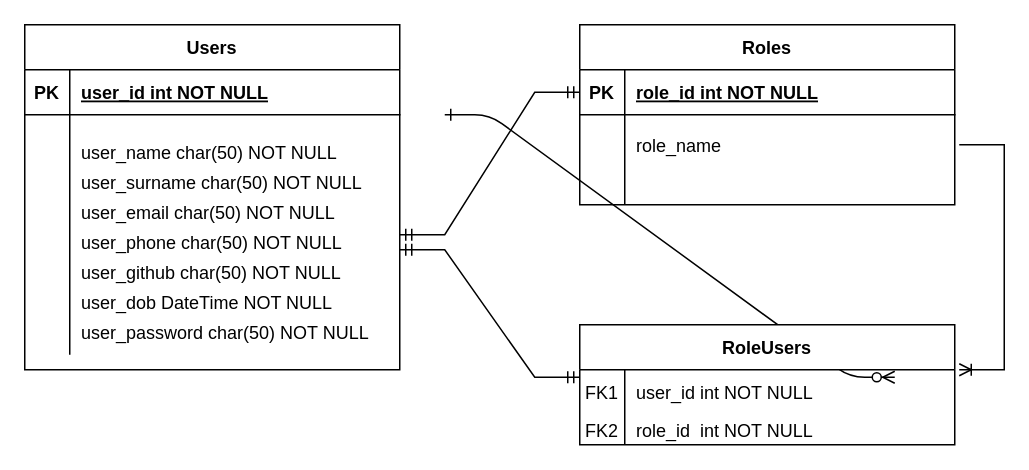
Earlier version of the draw.io diagram Untitled Diagram.drawio (Geek-Active-learning/Active-Learning-Project). Source tidied: cells renumbered, new cells numbered last; positions are measured from the earlier drawing's top-left corner, leaving out a move shared by most shapes. Both pictures are drawn from the tidied source at 150%, with x=0, y=0 at pixel (24, 24).
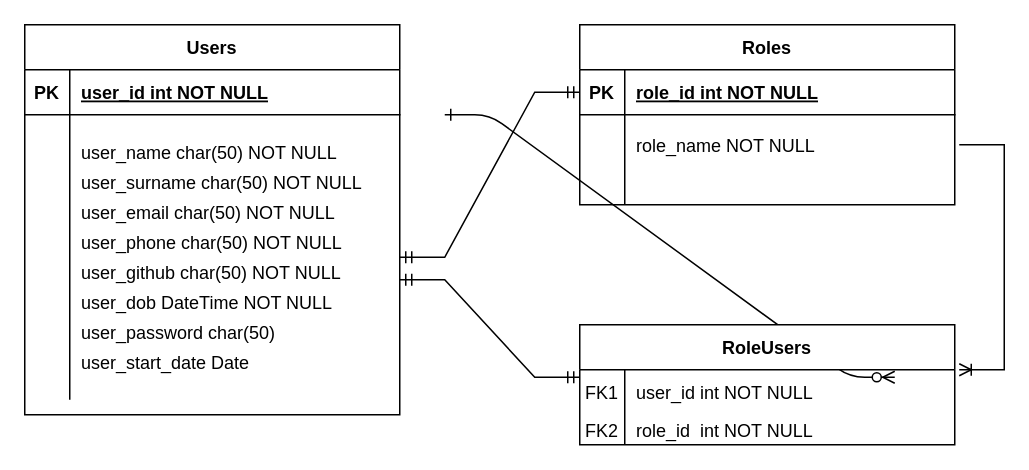
Above is the later version.

Commit message:
added start date to ERD

Unchanged cells that the change refers to:
```xml
<mxCell id="29" style="shape=partialRectangle;fillColor=none;points=[[0,0.5],[1,0.5]];portConstraint=eastwest;top=0;left=0;right=0;bottom=0;" parent="28" vertex="1">
  <mxGeometry y="30" width="250" height="30" as="geometry" />
</mxCell>
```

Diff of the diagram source:
```diff
@@
     <mxCell id="3" value="Users" style="shape=table;startSize=30;childLayout=tableLayout;rowLines=0;fontStyle=1;align=center;" parent="1" vertex="1">
-      <mxGeometry width="250" height="230" as="geometry" />
+      <mxGeometry width="250" height="260" as="geometry" />
     </mxCell>
@@
     <mxCell id="7" style="shape=partialRectangle;fillColor=none;points=[[0,0.5],[1,0.5]];portConstraint=eastwest;top=0;left=0;right=0;bottom=0;" parent="3" vertex="1">
-      <mxGeometry y="60" width="250" height="160" as="geometry" />
+      <mxGeometry y="60" width="250" height="190" as="geometry" />
     </mxCell>
     <mxCell id="8" style="shape=partialRectangle;overflow=hidden;fillColor=none;top=0;left=0;bottom=0;right=0;" parent="7" vertex="1">
-      <mxGeometry width="30" height="160" as="geometry" />
+      <mxGeometry width="30" height="190" as="geometry" />
     </mxCell>
     <mxCell id="9" style="shape=partialRectangle;overflow=hidden;fillColor=none;top=0;left=0;bottom=0;right=0;align=left;spacingLeft=6;" parent="7" vertex="1">
-      <mxGeometry x="30" width="220" height="160" as="geometry" />
+      <mxGeometry x="30" width="220" height="190" as="geometry" />
     </mxCell>
@@
-    <mxCell id="26" value="role_name" style="shape=partialRectangle;overflow=hidden;fillColor=none;top=0;left=0;bottom=0;right=0;align=left;spacingLeft=6;" parent="1" vertex="1">
+    <mxCell id="26" value="role_name NOT NULL" style="shape=partialRectangle;overflow=hidden;fillColor=none;top=0;left=0;bottom=0;right=0;align=left;spacingLeft=6;" parent="1" vertex="1">
       <mxGeometry x="400" y="70" width="220" height="20" as="geometry" />
     </mxCell>
@@
     <mxCell id="36" style="edgeStyle=entityRelationEdgeStyle;fontSize=12;html=1;endArrow=ERmandOne;startArrow=ERmandOne;rounded=0;entryX=0;entryY=0.167;entryDx=0;entryDy=0;entryPerimeter=0;" parent="1" edge="1" target="29">
       <mxGeometry relative="1" as="geometry">
-        <mxPoint x="250" y="150" as="sourcePoint" />
+        <mxPoint x="250" y="170" as="sourcePoint" />
       </mxGeometry>
     </mxCell>
@@
-    <mxCell id="38" value="user_password char(50) NOT NULL" style="shape=partialRectangle;overflow=hidden;fillColor=none;top=0;left=0;bottom=0;right=0;align=left;spacingLeft=6;" parent="1" vertex="1">
+    <mxCell id="38" value="user_password char(50) " style="shape=partialRectangle;overflow=hidden;fillColor=none;top=0;left=0;bottom=0;right=0;align=left;spacingLeft=6;" parent="1" vertex="1">
       <mxGeometry x="30" y="190" width="220" height="30" as="geometry" />
     </mxCell>
+    <mxCell id="39" value="user_start_date Date" style="shape=partialRectangle;overflow=hidden;fillColor=none;top=0;left=0;bottom=0;right=0;align=left;spacingLeft=6;" parent="1" vertex="1">
+      <mxGeometry x="30" y="210" width="220" height="30" as="geometry" />
+    </mxCell>
```
